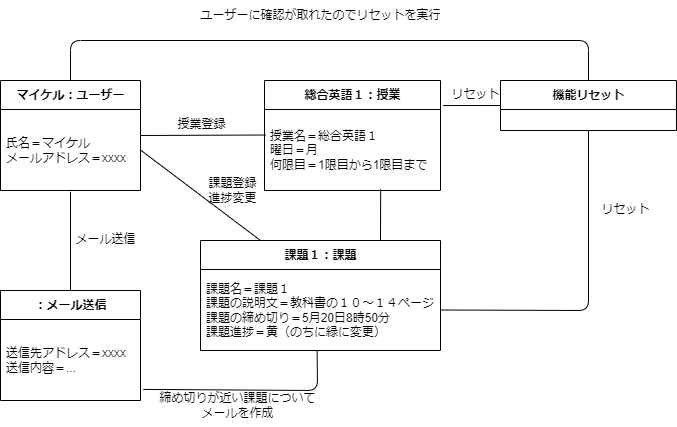
masaki1234567/psp4 keeps this draw.io diagram as 構造図/オブジェクト図/オブジェクト図.drawio.png. Above is the earlier version. Source tidied: cells renumbered, new cells last; positions are measured from the earlier drawing's top-left corner, leaving out a move shared by most shapes.
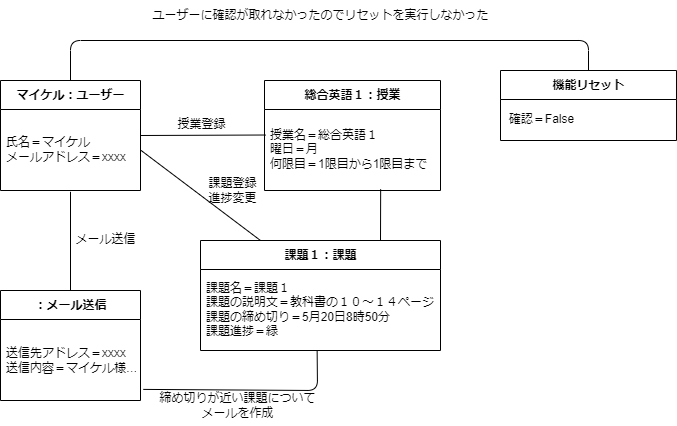
The same diagram one commit later.

Change to the diagram source:
```diff
@@ -31,7 +31,7 @@
     <mxCell id="9" value="課題１：課題" style="swimlane;fontStyle=1;align=center;verticalAlign=middle;horizontal=1;startSize=29;html=1;" parent="1" vertex="1">
       <mxGeometry x="200" y="240" width="240" height="110" as="geometry" />
     </mxCell>
-    <mxCell id="10" value="課題名＝課題１&lt;br&gt;課題の説明文＝教科書の１０～１４ページ&lt;br&gt;課題の締め切り＝5月20日8時50分&lt;br&gt;課題進捗＝黄（のちに緑に変更）" style="text;html=1;strokeColor=none;fillColor=none;align=left;verticalAlign=middle;spacingLeft=4;spacingRight=4;overflow=hidden;points=[[0,0.5],[1,0.5]];portConstraint=eastwest;" parent="9" vertex="1">
+    <mxCell id="10" value="課題名＝課題１&lt;br&gt;課題の説明文＝教科書の１０～１４ページ&lt;br&gt;課題の締め切り＝5月20日8時50分&lt;br&gt;課題進捗＝緑" style="text;html=1;strokeColor=none;fillColor=none;align=left;verticalAlign=middle;spacingLeft=4;spacingRight=4;overflow=hidden;points=[[0,0.5],[1,0.5]];portConstraint=eastwest;" parent="9" vertex="1">
       <mxGeometry y="29" width="240" height="81" as="geometry" />
     </mxCell>
     <mxCell id="11" style="edgeStyle=none;html=1;exitX=1;exitY=0.5;exitDx=0;exitDy=0;entryX=0.25;entryY=0;entryDx=0;entryDy=0;endArrow=none;endFill=0;" parent="1" edge="1" source="5" target="9">
@@ -43,7 +43,7 @@
     <mxCell id="13" value="：メール送信" style="swimlane;fontStyle=1;align=center;verticalAlign=middle;horizontal=1;startSize=29;html=1;" parent="1" vertex="1">
       <mxGeometry y="290" width="140" height="110" as="geometry" />
     </mxCell>
-    <mxCell id="14" value="送信先アドレス＝xxxx&lt;br&gt;送信内容＝..." style="text;html=1;strokeColor=none;fillColor=none;align=left;verticalAlign=middle;spacingLeft=4;spacingRight=4;overflow=hidden;points=[[0,0.5],[1,0.5]];portConstraint=eastwest;" parent="13" vertex="1">
+    <mxCell id="14" value="送信先アドレス＝xxxx&lt;br&gt;送信内容＝マイケル様…" style="text;html=1;strokeColor=none;fillColor=none;align=left;verticalAlign=middle;spacingLeft=4;spacingRight=4;overflow=hidden;points=[[0,0.5],[1,0.5]];portConstraint=eastwest;" parent="13" vertex="1">
       <mxGeometry y="29" width="140" height="81" as="geometry" />
     </mxCell>
     <mxCell id="15" value="授業登録" style="text;html=1;align=center;verticalAlign=middle;strokeColor=none;fillColor=none;" parent="1" vertex="1">
@@ -55,27 +55,11 @@
     <mxCell id="17" value="メール送信" style="text;html=1;align=center;verticalAlign=middle;strokeColor=none;fillColor=none;" parent="1" vertex="1">
       <mxGeometry x="65" y="224" width="80" height="30" as="geometry" />
     </mxCell>
-    <mxCell id="18" style="edgeStyle=none;html=1;exitX=0;exitY=0.5;exitDx=0;exitDy=0;entryX=1.015;entryY=-0.049;entryDx=0;entryDy=0;entryPerimeter=0;endArrow=none;endFill=0;" parent="1" edge="1" source="20" target="8">
-      <mxGeometry relative="1" as="geometry" />
-    </mxCell>
-    <mxCell id="19" style="edgeStyle=none;html=1;exitX=0.5;exitY=1;exitDx=0;exitDy=0;entryX=1;entryY=0.5;entryDx=0;entryDy=0;endArrow=none;endFill=0;" parent="1" edge="1" source="20" target="10">
-      <mxGeometry relative="1" as="geometry">
-        <Array as="points">
-          <mxPoint x="588" y="310" />
-        </Array>
-      </mxGeometry>
-    </mxCell>
     <mxCell id="20" value="機能リセット" style="swimlane;fontStyle=1;align=center;verticalAlign=middle;horizontal=1;startSize=29;html=1;" parent="1" vertex="1">
-      <mxGeometry x="500" y="80" width="176" height="50" as="geometry" />
+      <mxGeometry x="500" y="70" width="176" height="70" as="geometry" />
     </mxCell>
-    <mxCell id="21" value="リセット" style="text;html=1;align=center;verticalAlign=middle;strokeColor=none;fillColor=none;" parent="1" vertex="1">
-      <mxGeometry x="590" y="194" width="70" height="30" as="geometry" />
-    </mxCell>
-    <mxCell id="22" value="リセット" style="text;html=1;align=center;verticalAlign=middle;strokeColor=none;fillColor=none;" parent="1" vertex="1">
-      <mxGeometry x="440" y="79" width="70" height="30" as="geometry" />
-    </mxCell>
-    <mxCell id="23" value="ユーザーに確認が取れたのでリセットを実行" style="text;html=1;align=center;verticalAlign=middle;strokeColor=none;fillColor=none;" parent="1" vertex="1">
-      <mxGeometry x="190" width="260" height="30" as="geometry" />
+    <mxCell id="23" value="ユーザーに確認が取れなかったのでリセットを実行しなかった" style="text;html=1;align=center;verticalAlign=middle;strokeColor=none;fillColor=none;" parent="1" vertex="1">
+      <mxGeometry x="140" width="360" height="30" as="geometry" />
     </mxCell>
     <mxCell id="24" style="edgeStyle=none;html=1;exitX=1.02;exitY=0.863;exitDx=0;exitDy=0;entryX=0.486;entryY=1.009;entryDx=0;entryDy=0;endArrow=none;endFill=0;entryPerimeter=0;exitPerimeter=0;" parent="1" edge="1" source="14" target="10">
       <mxGeometry relative="1" as="geometry">
@@ -87,5 +71,8 @@
     <mxCell id="25" value="締め切りが近い課題について&lt;br&gt;メールを作成" style="text;html=1;align=center;verticalAlign=middle;strokeColor=none;fillColor=none;" parent="1" vertex="1">
       <mxGeometry x="147" y="385" width="180" height="40" as="geometry" />
     </mxCell>
+    <mxCell id="26" value="確認＝False" style="text;html=1;align=center;verticalAlign=middle;strokeColor=none;fillColor=none;" parent="1" vertex="1">
+      <mxGeometry x="496" y="104" width="90" height="30" as="geometry" />
+    </mxCell>
   </root>
 </mxGraphModel>
```
